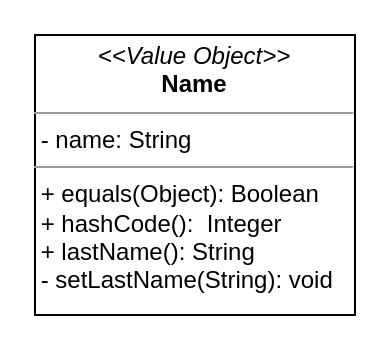
Earlier version of the draw.io diagram page "discuss-duplicate-suggestion" (13 of 17) of gfx/example/petclinic/raw/uml-petclinic.drawio (DanielKraft/bachelor-thesis). Source tidied: cells renumbered, new cells numbered last; positions are measured from the earlier drawing's top-left corner, leaving out a move shared by most shapes. Both pictures are drawn from the tidied source at 200%, with x=0, y=0 at pixel (34, 34).
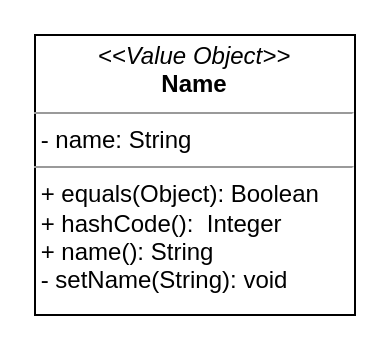
Above is the later version.

Change to the diagram source:
```diff
@@
 <mxGraphModel>
   <root>
     <mxCell id="0" />
     <mxCell id="1" parent="0" />
-    <mxCell id="2" value="&lt;p style=&quot;margin: 0px ; margin-top: 4px ; text-align: center&quot;&gt;&lt;i&gt;&amp;lt;&amp;lt;Value Object&amp;gt;&amp;gt;&lt;/i&gt;&lt;br&gt;&lt;b&gt;Name&lt;/b&gt;&lt;/p&gt;&lt;hr size=&quot;1&quot;&gt;&lt;div&gt;&amp;nbsp;- name: String&lt;/div&gt;&lt;hr size=&quot;1&quot;&gt;&lt;div&gt;&amp;nbsp;+ equals(Object): Boolean&lt;/div&gt;&lt;div&gt;&amp;nbsp;+ hashCode():&amp;nbsp; Integer&lt;/div&gt;&lt;div&gt;&amp;nbsp;+ lastName(): String&lt;/div&gt;&lt;div&gt;&amp;nbsp;- setLastName(String): void&lt;/div&gt;" style="verticalAlign=top;align=left;overflow=fill;fontSize=12;fontFamily=Helvetica;html=1;" parent="1" vertex="1">
+    <mxCell id="2" value="&lt;p style=&quot;margin: 0px ; margin-top: 4px ; text-align: center&quot;&gt;&lt;i&gt;&amp;lt;&amp;lt;Value Object&amp;gt;&amp;gt;&lt;/i&gt;&lt;br&gt;&lt;b&gt;Name&lt;/b&gt;&lt;/p&gt;&lt;hr size=&quot;1&quot;&gt;&lt;div&gt;&amp;nbsp;- name: String&lt;/div&gt;&lt;hr size=&quot;1&quot;&gt;&lt;div&gt;&amp;nbsp;+ equals(Object): Boolean&lt;/div&gt;&lt;div&gt;&amp;nbsp;+ hashCode():&amp;nbsp; Integer&lt;/div&gt;&lt;div&gt;&amp;nbsp;+ name(): String&lt;/div&gt;&lt;div&gt;&amp;nbsp;- setName(String): void&lt;/div&gt;" style="verticalAlign=top;align=left;overflow=fill;fontSize=12;fontFamily=Helvetica;html=1;" parent="1" vertex="1">
       <mxGeometry width="160" height="140" as="geometry" />
     </mxCell>
   </root>
 </mxGraphModel>
```
